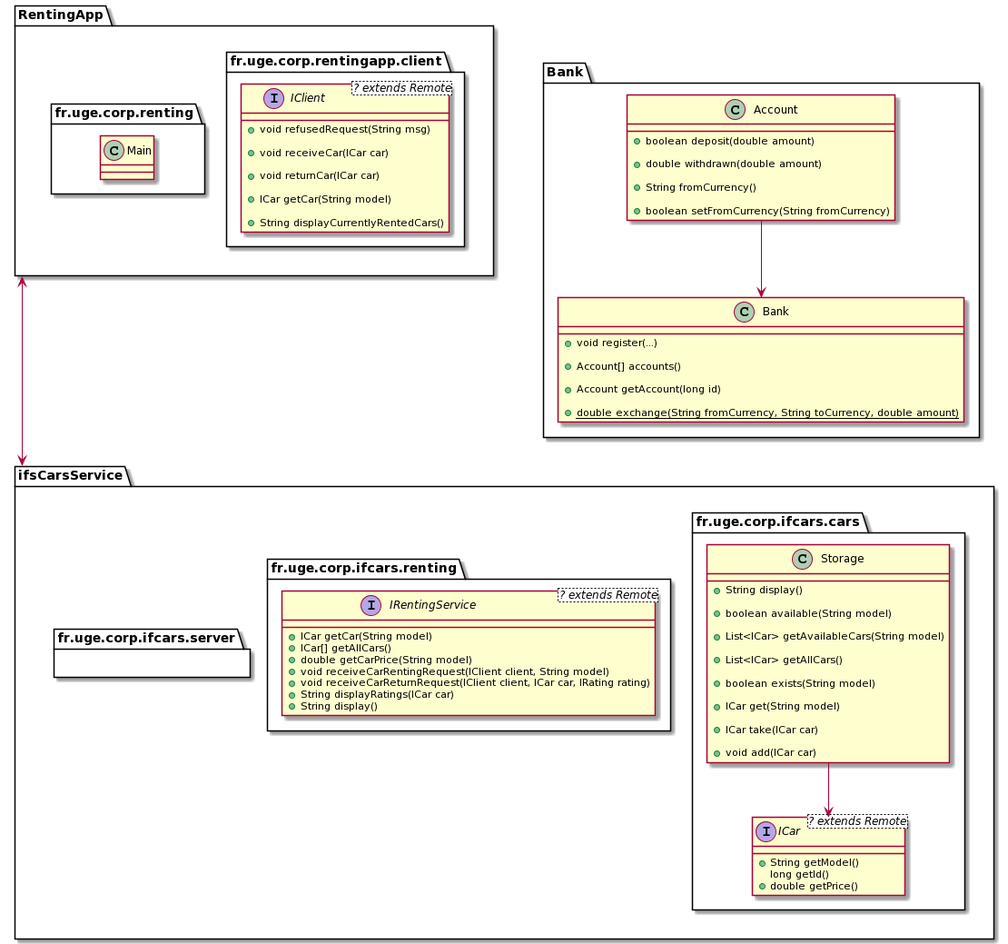
Above: Images/UML.png in alopesmendes/Services-Web (PlantUML), before the change.
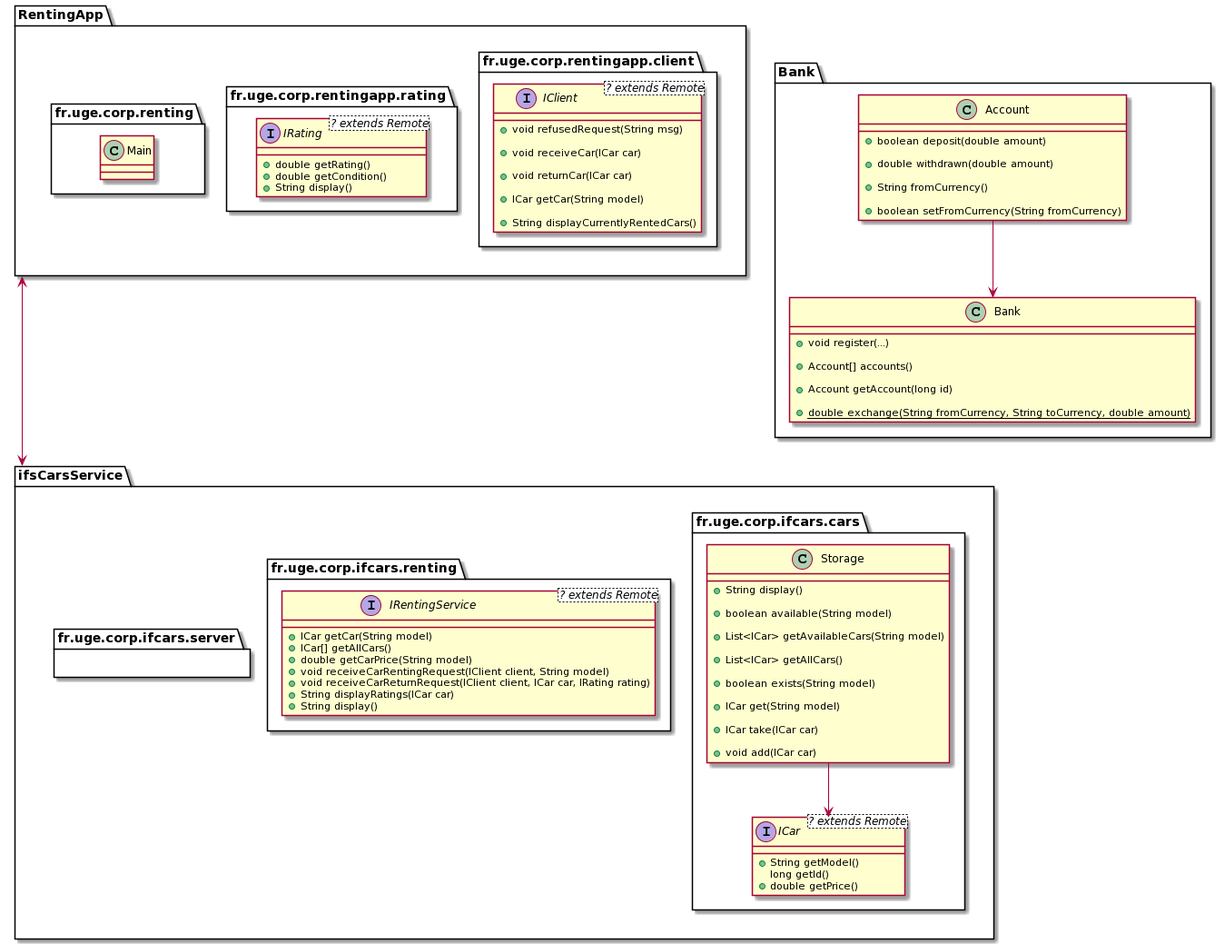
After the commit.

What changed in the source:
```diff
@@ -11,6 +11,14 @@
 	        +ICar getCar(String model)
 
 	        +String displayCurrentlyRentedCars()
+        }
+    }
+
+    package fr.uge.corp.rentingapp.rating {
+        interface IRating<? extends Remote> {
+            +double getRating()
+            +double getCondition()
+            +String display()
         }
     }
 
```
